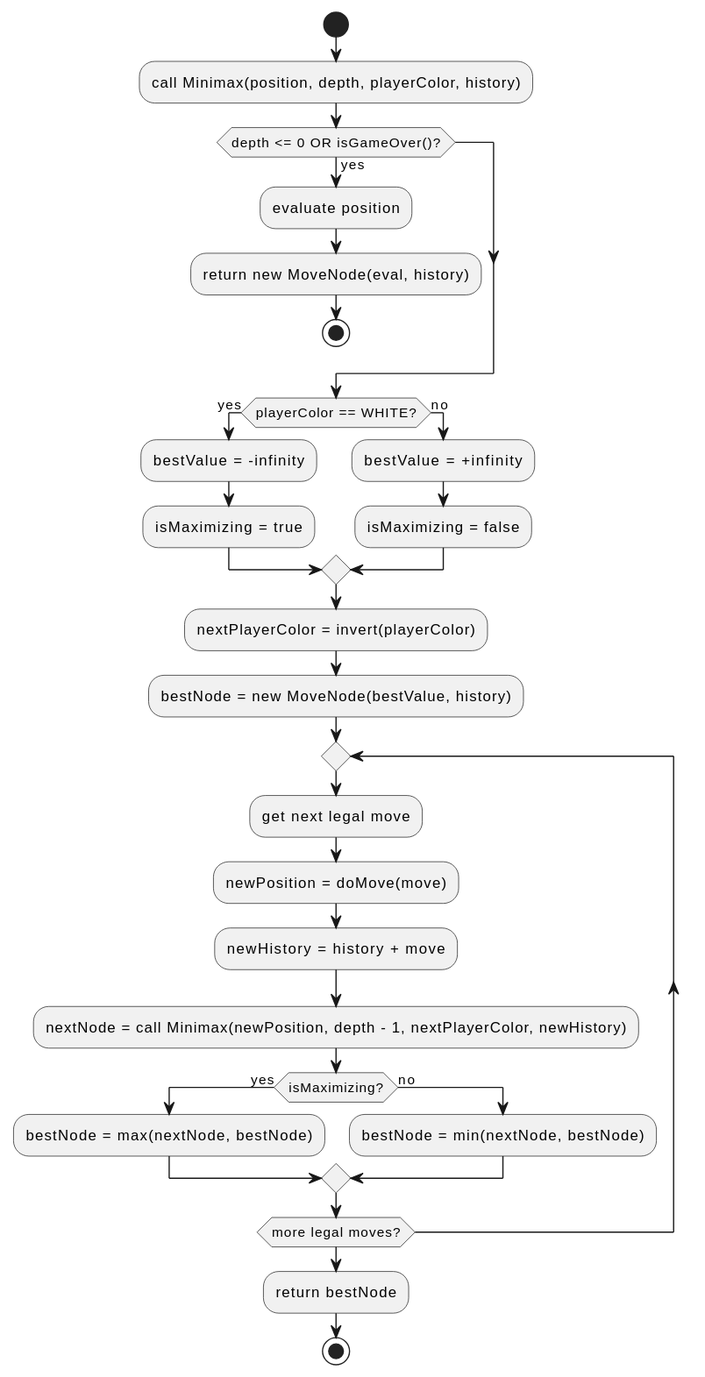
This is docs/generated-diagrams/sequential-minimax.svg from l2c0r3/blobfish, a PlantUML export, as it was before one commit.
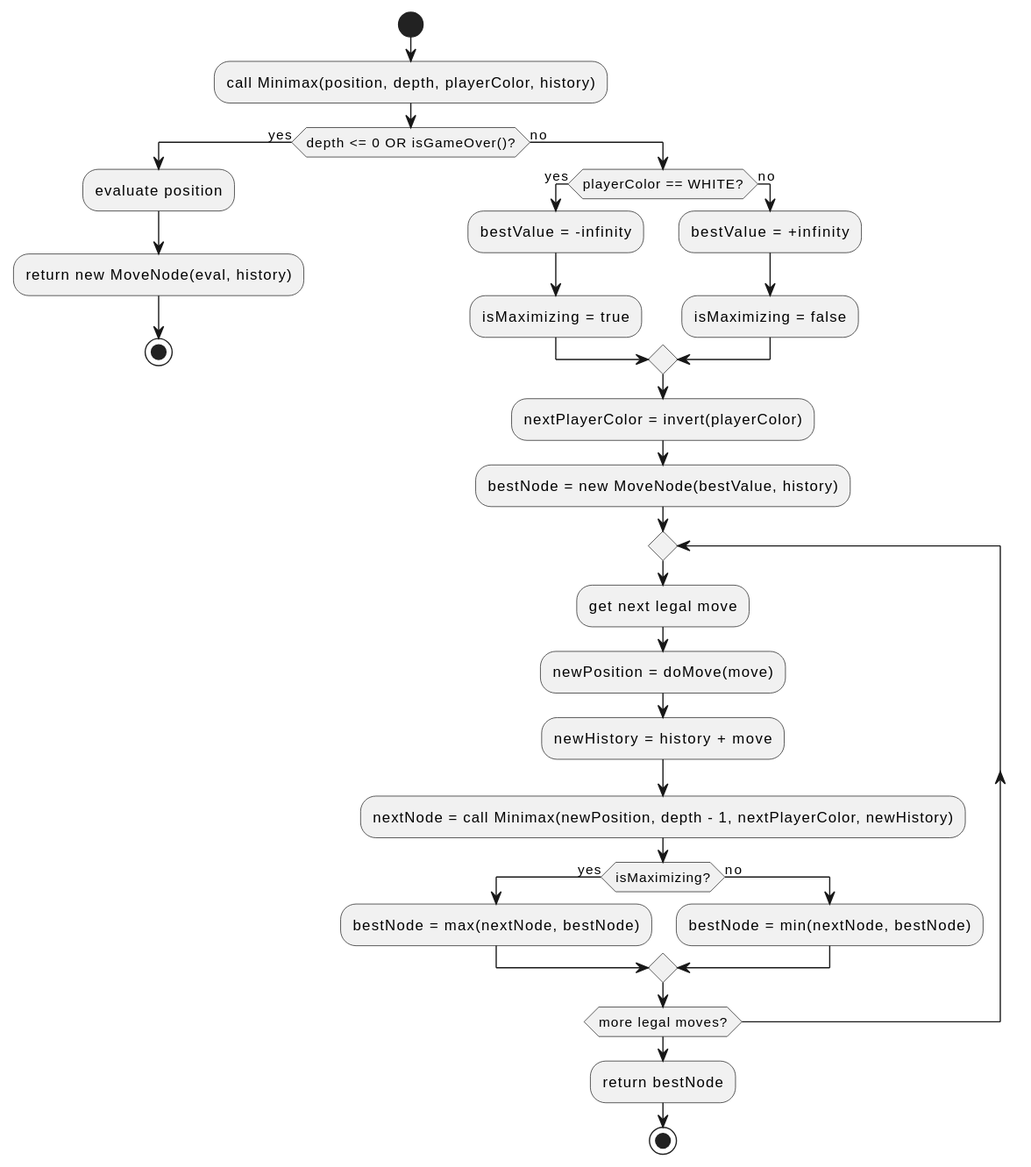
After the commit.

Commit message:
update generated UML diagrams

Diff of the diagram source:
```diff
@@ -7,34 +7,36 @@
   :evaluate position;
   :return new MoveNode(eval, history);
   stop
+
+else (no)
+    if (playerColor == WHITE?) then (yes)
+      :bestValue = -infinity;
+      :isMaximizing = true;
+    else (no)
+      :bestValue = +infinity;
+      :isMaximizing = false;
+    endif
+
+    :nextPlayerColor = invert(playerColor);
+
+    :bestNode = new MoveNode(bestValue, history);
+
+    repeat
+      :get next legal move;
+      :newPosition = doMove(move);
+      :newHistory = history + move;
+
+      :nextNode = call Minimax(newPosition, depth - 1, nextPlayerColor, newHistory);
+
+      if (isMaximizing?) then (yes)
+        :bestNode = max(nextNode, bestNode);
+      else (no)
+        :bestNode = min(nextNode, bestNode);
+      endif
+    repeat while (more legal moves?)
+
+    :return bestNode;
+    stop
+
 endif
-
-if (playerColor == WHITE?) then (yes)
-  :bestValue = -infinity;
-  :isMaximizing = true;
-else (no)
-  :bestValue = +infinity;
-  :isMaximizing = false;
-endif
-
-:nextPlayerColor = invert(playerColor);
-
-:bestNode = new MoveNode(bestValue, history);
-
-repeat
-  :get next legal move;
-  :newPosition = doMove(move);
-  :newHistory = history + move;
-
-  :nextNode = call Minimax(newPosition, depth - 1, nextPlayerColor, newHistory);
-
-  if (isMaximizing?) then (yes)
-    :bestNode = max(nextNode, bestNode);
-  else (no)
-    :bestNode = min(nextNode, bestNode);
-  endif
-repeat while (more legal moves?)
-
-:return bestNode;
-stop
 @enduml
```
